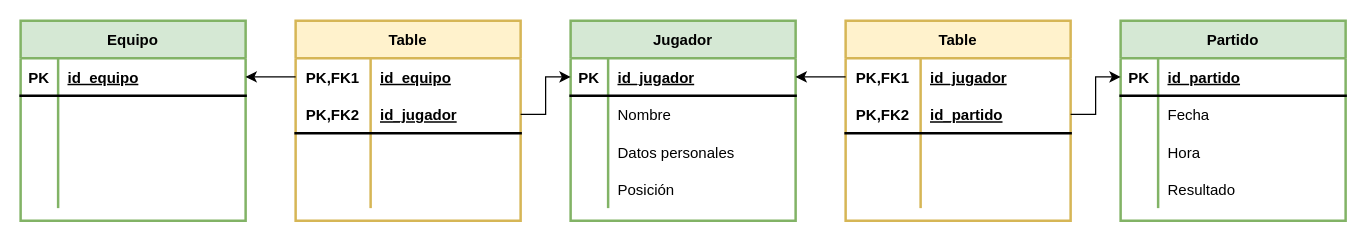
Earlier version of the draw.io diagram page "Ejercicio 7" (7 of 9) of Tablas/Tarea1Tablas.drawio (Carball04/Trabajos-E-R). Source tidied: cells renumbered, new cells numbered last; positions are measured from the earlier drawing's top-left corner, leaving out a move shared by most shapes. Both pictures are drawn from the tidied source at 125%, with x=0, y=0 at pixel (20, 20).
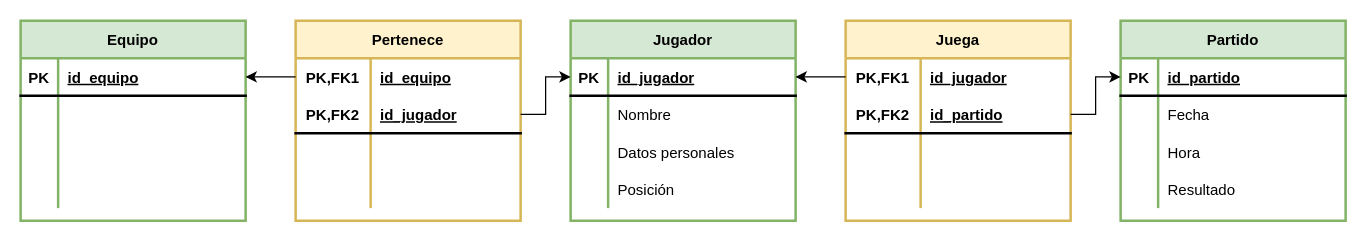
The same page after the edit.

Change to the diagram source:
```diff
@@
-    <mxCell id="41" value="Table" style="shape=table;startSize=30;childLayout=tableLayout;rowLines=0;fontStyle=1;align=center;strokeWidth=2;fillColor=#fff2cc;strokeColor=#d6b656;" parent="1" vertex="1">
+    <mxCell id="41" value="Pertenece" style="shape=table;startSize=30;childLayout=tableLayout;rowLines=0;fontStyle=1;align=center;strokeWidth=2;fillColor=#fff2cc;strokeColor=#d6b656;" parent="1" vertex="1">
       <mxGeometry x="220" width="180" height="160" as="geometry" />
     </mxCell>
@@
-    <mxCell id="54" value="Table" style="shape=table;startSize=30;childLayout=tableLayout;rowLines=0;fontStyle=1;align=center;strokeWidth=2;fillColor=#fff2cc;strokeColor=#d6b656;" parent="1" vertex="1">
+    <mxCell id="54" value="Juega" style="shape=table;startSize=30;childLayout=tableLayout;rowLines=0;fontStyle=1;align=center;strokeWidth=2;fillColor=#fff2cc;strokeColor=#d6b656;" parent="1" vertex="1">
       <mxGeometry x="660" width="180" height="160" as="geometry" />
     </mxCell>
```
